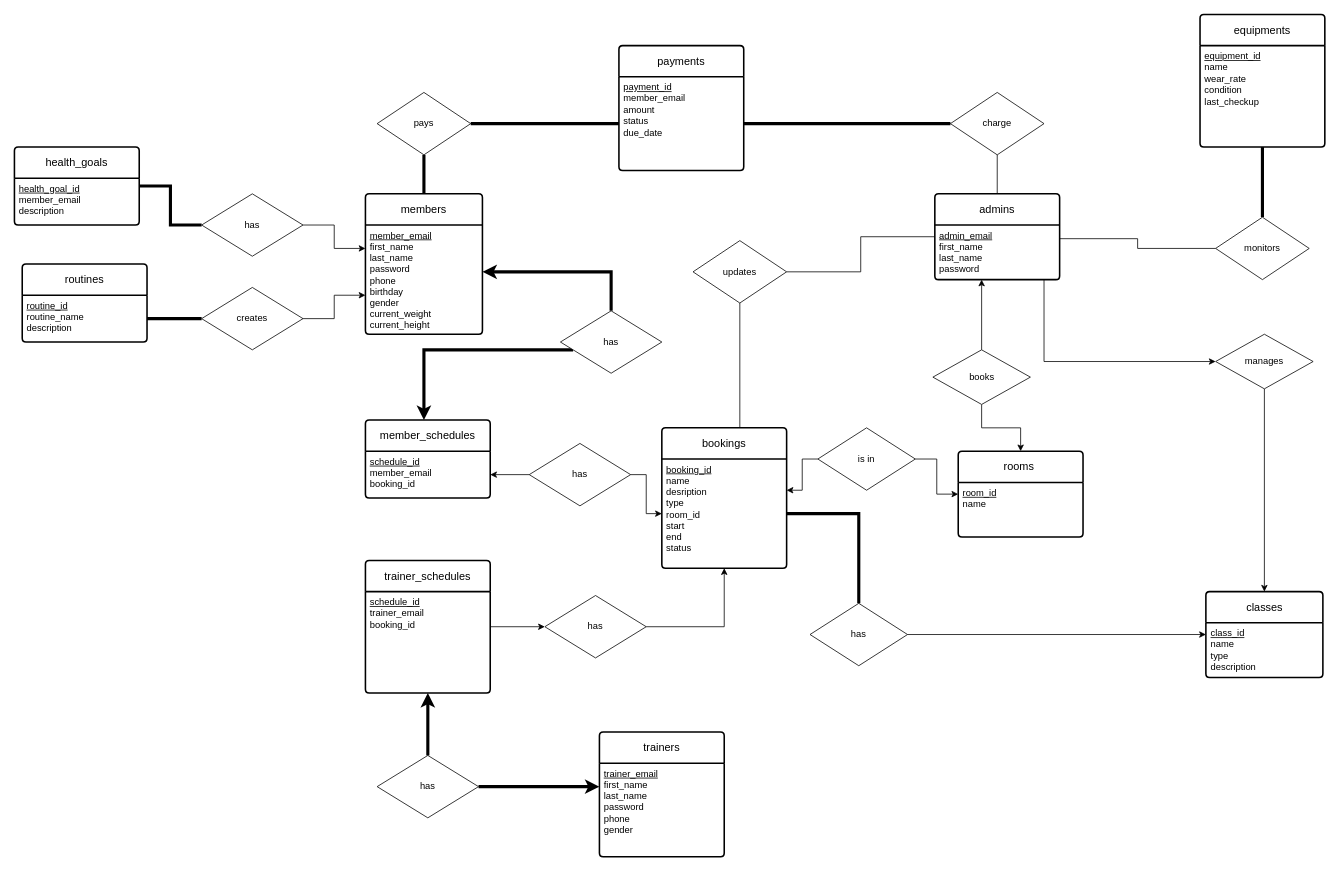
The draw.io diagram page "uml" (1 of 3) of docs/database/ER_MODEL.drawio in HamzaAlsarakbi/comp3005-project, before the edit. Source tidied: cells renumbered, new cells numbered last; positions are measured from the earlier drawing's top-left corner, leaving out a move shared by most shapes. Both pictures are drawn from the tidied source at 78%, with x=0, y=0 at pixel (14, 14).
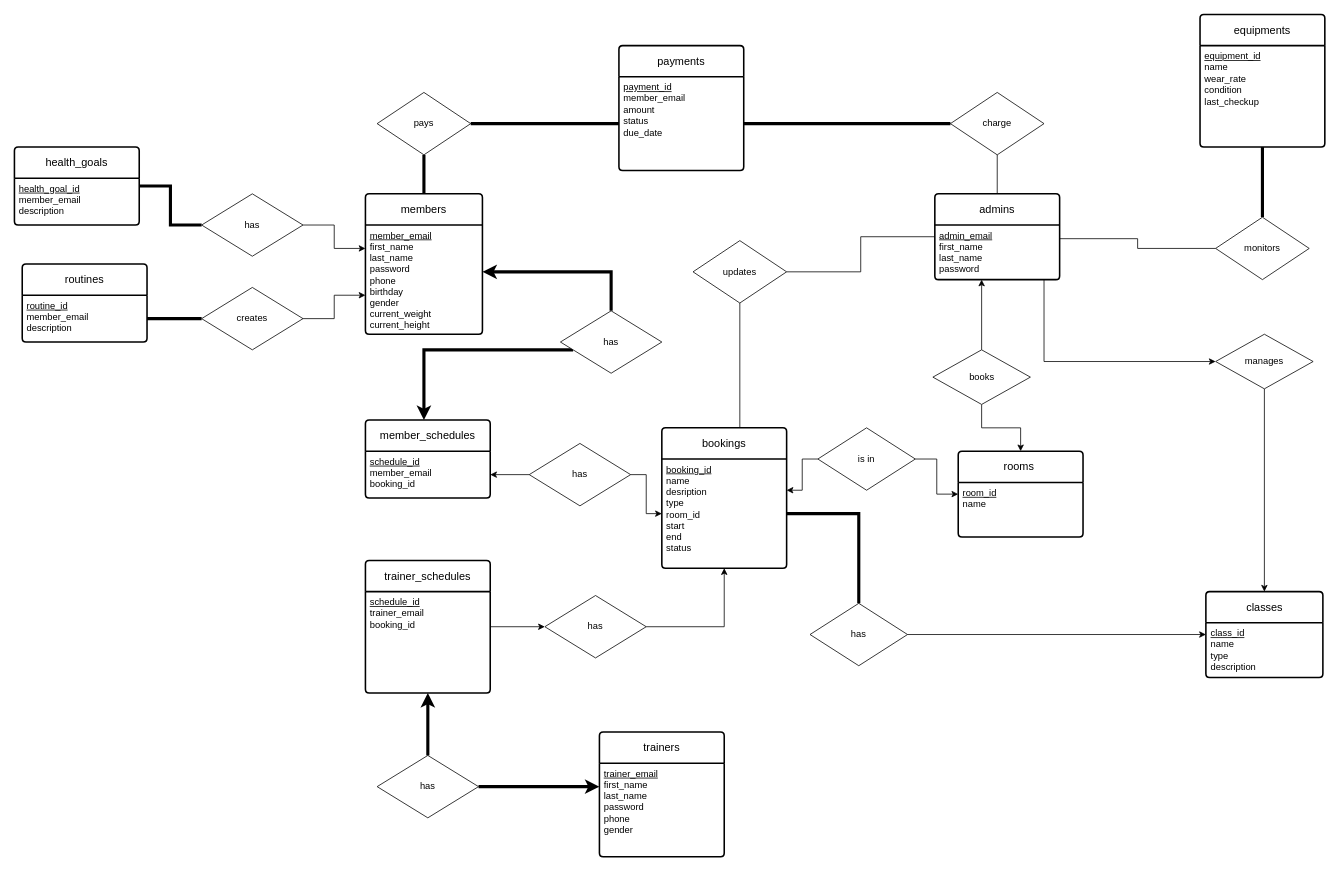
The same page after the edit.

The change refers to these unchanged cells:
```xml
<mxCell id="54" value="routines" style="swimlane;horizontal=1;startSize=40;rounded=1;fontSize=14;fontStyle=0;strokeWidth=2;shadow=0;dashed=0;align=center;arcSize=4;whiteSpace=wrap;html=1;" parent="1" vertex="1">
  <mxGeometry x="10" y="320" width="160" height="100" as="geometry" />
</mxCell>
```

The edit, as a diff of the source:
```diff
@@
-    <mxCell id="55" value="&lt;div&gt;&lt;u&gt;routine_id&lt;/u&gt;&lt;/div&gt;&lt;div&gt;routine_name&lt;/div&gt;&lt;div&gt;description&lt;/div&gt;" style="align=left;strokeColor=none;fillColor=none;spacingLeft=4;fontSize=12;verticalAlign=top;html=1;" parent="54" vertex="1">
+    <mxCell id="55" value="&lt;div&gt;&lt;u&gt;routine_id&lt;/u&gt;&lt;/div&gt;&lt;div&gt;member_email&lt;span style=&quot;background-color: initial;&quot;&gt;&lt;br&gt;&lt;/span&gt;&lt;/div&gt;&lt;div&gt;&lt;span style=&quot;background-color: initial;&quot;&gt;description&lt;/span&gt;&lt;br&gt;&lt;/div&gt;" style="align=left;strokeColor=none;fillColor=none;spacingLeft=4;fontSize=12;verticalAlign=top;html=1;" parent="54" vertex="1">
       <mxGeometry y="40" width="160" height="60" as="geometry" />
     </mxCell>
```
